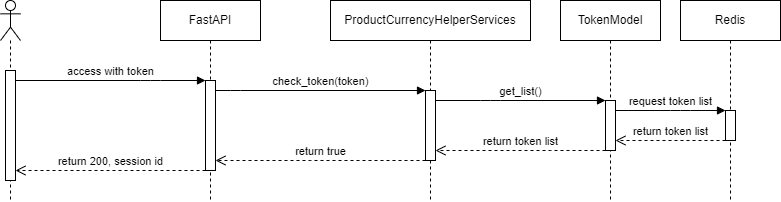
Before: $diagrams/sequenceDiagram.access.png, a diagram exported from draw.io (jinyaoMa/product-currency-helper). Source tidied: cells renumbered, new cells last; positions are measured from the earlier drawing's top-left corner, leaving out a move shared by most shapes.
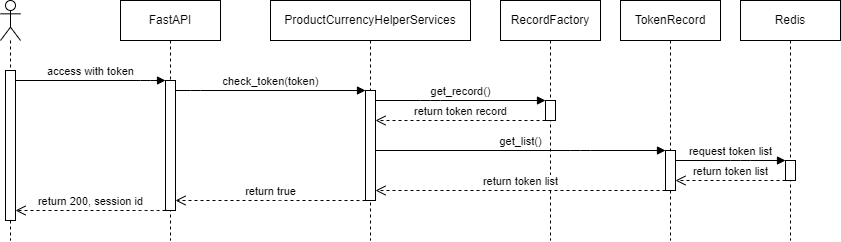
Above is the later version.

What changed in the source:
```diff
@@ -2,91 +2,111 @@
   <root>
     <mxCell id="0" />
     <mxCell id="1" parent="0" />
-    <mxCell id="2" style="shape=umlLifeline;participant=umlActor;perimeter=lifelinePerimeter;whiteSpace=wrap;html=1;verticalAlign=top;spacingTop=36;" parent="1" vertex="1">
-      <mxGeometry width="20" height="200" as="geometry" />
-    </mxCell>
-    <mxCell id="3" style="html=1;points=[];perimeter=orthogonalPerimeter;" parent="2" vertex="1">
-      <mxGeometry x="5" y="70" width="10" height="110" as="geometry" />
-    </mxCell>
+    <mxCell id="20" style="shape=umlLifeline;participant=umlActor;perimeter=lifelinePerimeter;whiteSpace=wrap;html=1;verticalAlign=top;spacingTop=36;" parent="1" vertex="1">
+      <mxGeometry width="20" height="240" as="geometry" />
+    </mxCell>
+    <mxCell id="21" style="html=1;points=[];perimeter=orthogonalPerimeter;" parent="20" vertex="1">
+      <mxGeometry x="5" y="70" width="10" height="150" as="geometry" />
+    </mxCell>
     <mxCell id="4" value="FastAPI" style="shape=umlLifeline;perimeter=lifelinePerimeter;whiteSpace=wrap;html=1;" parent="1" vertex="1">
-      <mxGeometry x="160" width="100" height="200" as="geometry" />
+      <mxGeometry x="120" width="100" height="240" as="geometry" />
     </mxCell>
-    <mxCell id="5" style="html=1;points=[];perimeter=orthogonalPerimeter;" parent="4" vertex="1">
-      <mxGeometry x="45" y="80" width="10" height="90" as="geometry" />
-    </mxCell>
+    <mxCell id="22" style="html=1;points=[];perimeter=orthogonalPerimeter;" parent="4" vertex="1">
+      <mxGeometry x="45" y="80" width="10" height="130" as="geometry" />
+    </mxCell>
     <mxCell id="6" value="ProductCurrencyHelperServices" style="shape=umlLifeline;perimeter=lifelinePerimeter;whiteSpace=wrap;html=1;" parent="1" vertex="1">
-      <mxGeometry x="330" width="200" height="200" as="geometry" />
+      <mxGeometry x="270" width="200" height="240" as="geometry" />
     </mxCell>
-    <mxCell id="7" style="html=1;points=[];perimeter=orthogonalPerimeter;" parent="6" vertex="1">
-      <mxGeometry x="95" y="90" width="10" height="70" as="geometry" />
-    </mxCell>
+    <mxCell id="23" style="html=1;points=[];perimeter=orthogonalPerimeter;" parent="6" vertex="1">
+      <mxGeometry x="95" y="90" width="10" height="110" as="geometry" />
+    </mxCell>
-    <mxCell id="8" value="check_token(token)" style="html=1;verticalAlign=bottom;endArrow=block;" parent="1" edge="1" source="5" target="7">
+    <mxCell id="8" value="check_token(token)" style="html=1;verticalAlign=bottom;endArrow=block;" parent="1" edge="1" source="22" target="23">
       <mxGeometry relative="1" as="geometry">
         <Array as="points">
-          <mxPoint x="230" y="90" />
+          <mxPoint x="190" y="90" />
         </Array>
       </mxGeometry>
     </mxCell>
-    <mxCell id="9" value="TokenModel" style="shape=umlLifeline;perimeter=lifelinePerimeter;whiteSpace=wrap;html=1;" parent="1" vertex="1">
-      <mxGeometry x="560" width="100" height="200" as="geometry" />
-    </mxCell>
-    <mxCell id="10" style="html=1;points=[];perimeter=orthogonalPerimeter;" parent="9" vertex="1">
-      <mxGeometry x="45" y="100" width="10" height="50" as="geometry" />
-    </mxCell>
-    <mxCell id="11" value="get_list()" style="html=1;verticalAlign=bottom;endArrow=block;" parent="1" edge="1" source="7" target="10">
-      <mxGeometry relative="1" as="geometry">
-        <Array as="points">
-          <mxPoint x="490" y="100" />
-        </Array>
-      </mxGeometry>
-    </mxCell>
+    <mxCell id="24" value="TokenRecord" style="shape=umlLifeline;perimeter=lifelinePerimeter;whiteSpace=wrap;html=1;" parent="1" vertex="1">
+      <mxGeometry x="620" width="100" height="240" as="geometry" />
+    </mxCell>
+    <mxCell id="25" style="html=1;points=[];perimeter=orthogonalPerimeter;" parent="24" vertex="1">
+      <mxGeometry x="45" y="150" width="10" height="40" as="geometry" />
+    </mxCell>
+    <mxCell id="26" value="get_record()" style="html=1;verticalAlign=bottom;endArrow=block;" parent="1" edge="1" source="23" target="31">
+      <mxGeometry relative="1" as="geometry">
+        <Array as="points">
+          <mxPoint x="430" y="100" />
+        </Array>
+      </mxGeometry>
+    </mxCell>
     <mxCell id="12" value="Redis" style="shape=umlLifeline;perimeter=lifelinePerimeter;whiteSpace=wrap;html=1;" parent="1" vertex="1">
-      <mxGeometry x="680" width="100" height="200" as="geometry" />
+      <mxGeometry x="740" width="100" height="240" as="geometry" />
     </mxCell>
-    <mxCell id="13" style="html=1;points=[];perimeter=orthogonalPerimeter;" parent="12" vertex="1">
-      <mxGeometry x="45" y="110" width="10" height="30" as="geometry" />
-    </mxCell>
+    <mxCell id="27" style="html=1;points=[];perimeter=orthogonalPerimeter;" parent="12" vertex="1">
+      <mxGeometry x="45" y="160" width="10" height="20" as="geometry" />
+    </mxCell>
-    <mxCell id="14" value="request token list" style="html=1;verticalAlign=bottom;endArrow=block;" parent="1" edge="1" source="10" target="13">
+    <mxCell id="14" value="request token list" style="html=1;verticalAlign=bottom;endArrow=block;" parent="1" edge="1" source="25" target="27">
       <mxGeometry relative="1" as="geometry">
         <Array as="points">
-          <mxPoint x="680" y="110" />
+          <mxPoint x="740" y="160" />
         </Array>
       </mxGeometry>
     </mxCell>
-    <mxCell id="15" value="return token list" style="html=1;verticalAlign=bottom;endArrow=open;dashed=1;endSize=8;" parent="1" edge="1" source="13" target="10">
-      <mxGeometry relative="1" as="geometry">
-        <Array as="points">
-          <mxPoint x="670" y="140" />
-        </Array>
-      </mxGeometry>
-    </mxCell>
-    <mxCell id="16" value="return token list" style="html=1;verticalAlign=bottom;endArrow=open;dashed=1;endSize=8;" parent="1" edge="1" source="10" target="7">
-      <mxGeometry relative="1" as="geometry">
-        <Array as="points">
-          <mxPoint x="560" y="150" />
-        </Array>
-      </mxGeometry>
-    </mxCell>
+    <mxCell id="28" value="return token list" style="html=1;verticalAlign=bottom;endArrow=open;dashed=1;endSize=8;" parent="1" edge="1" source="27" target="25">
+      <mxGeometry relative="1" as="geometry">
+        <Array as="points">
+          <mxPoint x="730" y="180" />
+        </Array>
+      </mxGeometry>
+    </mxCell>
+    <mxCell id="29" value="return token record" style="html=1;verticalAlign=bottom;endArrow=open;dashed=1;endSize=8;" parent="1" edge="1" source="31" target="23">
+      <mxGeometry relative="1" as="geometry">
+        <Array as="points">
+          <mxPoint x="500" y="120" />
+        </Array>
+      </mxGeometry>
+    </mxCell>
-    <mxCell id="17" value="return true" style="html=1;verticalAlign=bottom;endArrow=open;dashed=1;endSize=8;" parent="1" edge="1" source="7" target="5">
+    <mxCell id="17" value="return true" style="html=1;verticalAlign=bottom;endArrow=open;dashed=1;endSize=8;" parent="1" edge="1" source="23" target="22">
       <mxGeometry relative="1" as="geometry">
         <Array as="points">
-          <mxPoint x="320" y="160" />
+          <mxPoint x="270" y="200" />
         </Array>
       </mxGeometry>
     </mxCell>
-    <mxCell id="18" value="access with token" style="html=1;verticalAlign=bottom;endArrow=block;" parent="1" edge="1" source="3" target="5">
+    <mxCell id="18" value="access with token" style="html=1;verticalAlign=bottom;endArrow=block;" parent="1" edge="1" source="21" target="22">
       <mxGeometry relative="1" as="geometry">
         <Array as="points">
           <mxPoint x="150" y="80" />
         </Array>
       </mxGeometry>
     </mxCell>
-    <mxCell id="19" value="return 200, session id" style="html=1;verticalAlign=bottom;endArrow=open;dashed=1;endSize=8;" parent="1" edge="1" source="5" target="3">
+    <mxCell id="19" value="return 200, session id" style="html=1;verticalAlign=bottom;endArrow=open;dashed=1;endSize=8;" parent="1" edge="1" source="22" target="21">
       <mxGeometry relative="1" as="geometry">
         <Array as="points">
-          <mxPoint x="150" y="170" />
+          <mxPoint x="150" y="210" />
         </Array>
       </mxGeometry>
     </mxCell>
+    <mxCell id="30" value="RecordFactory" style="shape=umlLifeline;perimeter=lifelinePerimeter;whiteSpace=wrap;html=1;" parent="1" vertex="1">
+      <mxGeometry x="500" width="100" height="240" as="geometry" />
+    </mxCell>
+    <mxCell id="31" style="html=1;points=[];perimeter=orthogonalPerimeter;" parent="30" vertex="1">
+      <mxGeometry x="45" y="100" width="10" height="20" as="geometry" />
+    </mxCell>
+    <mxCell id="11" value="get_list()" style="html=1;verticalAlign=bottom;endArrow=block;" parent="1" edge="1" source="23" target="25">
+      <mxGeometry relative="1" as="geometry">
+        <Array as="points">
+          <mxPoint x="580" y="150" />
+        </Array>
+      </mxGeometry>
+    </mxCell>
+    <mxCell id="32" value="return token list" style="html=1;verticalAlign=bottom;endArrow=open;dashed=1;endSize=8;" parent="1" edge="1" source="25" target="23">
+      <mxGeometry relative="1" as="geometry">
+        <Array as="points">
+          <mxPoint x="520" y="190" />
+        </Array>
+      </mxGeometry>
+    </mxCell>
   </root>
 </mxGraphModel>
```
